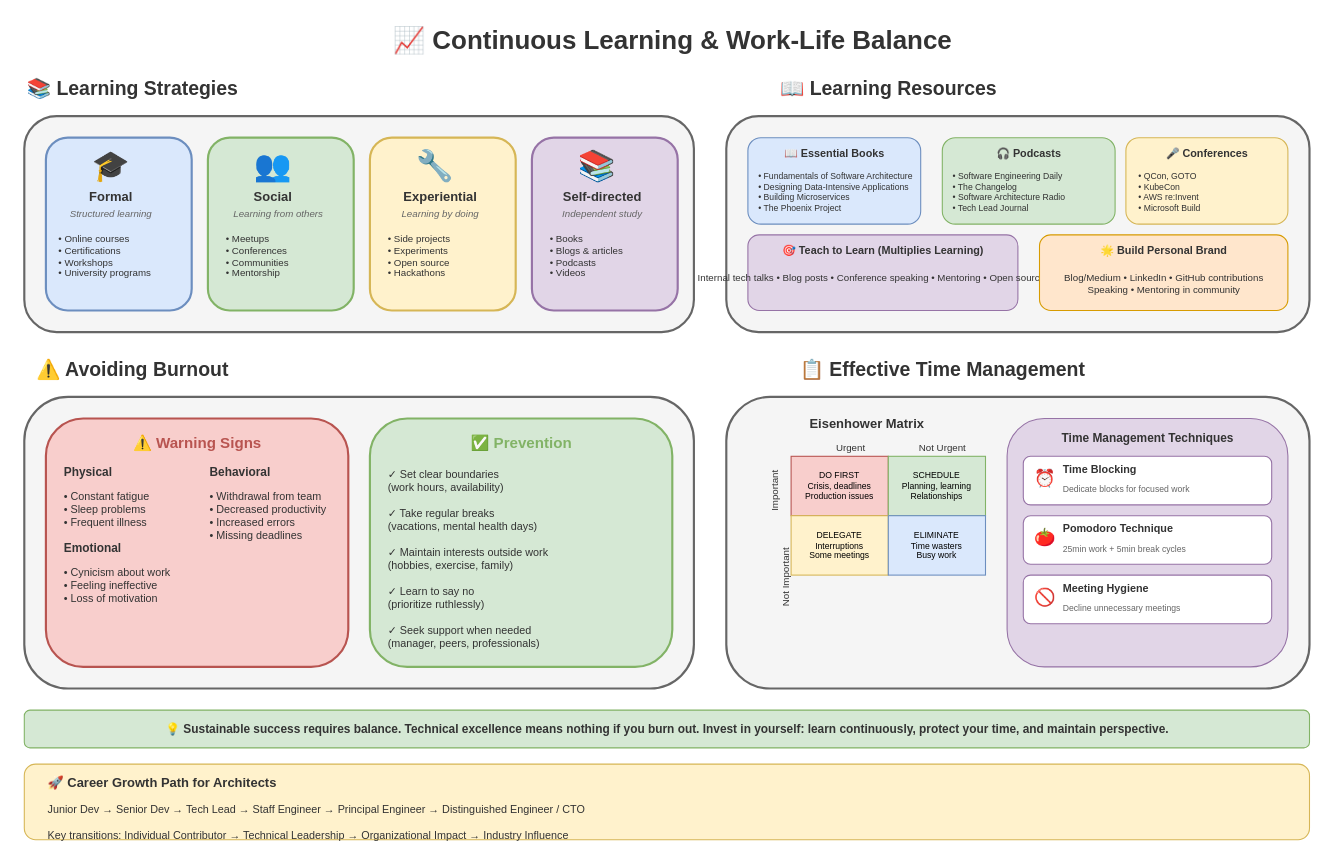
This is lesson-10-soft-skills/06-continuous-learning/6.1-career-growth.drawio from MrParkerZ7/document-lesson-software-architect-x-claude, a draw.io file, before an edit. Source tidied: cells renumbered, new cells numbered last; positions are measured from the earlier drawing's top-left corner, leaving out a move shared by most shapes. Both pictures are drawn from the tidied source at 108%, with x=0, y=0 at pixel (24, 18).
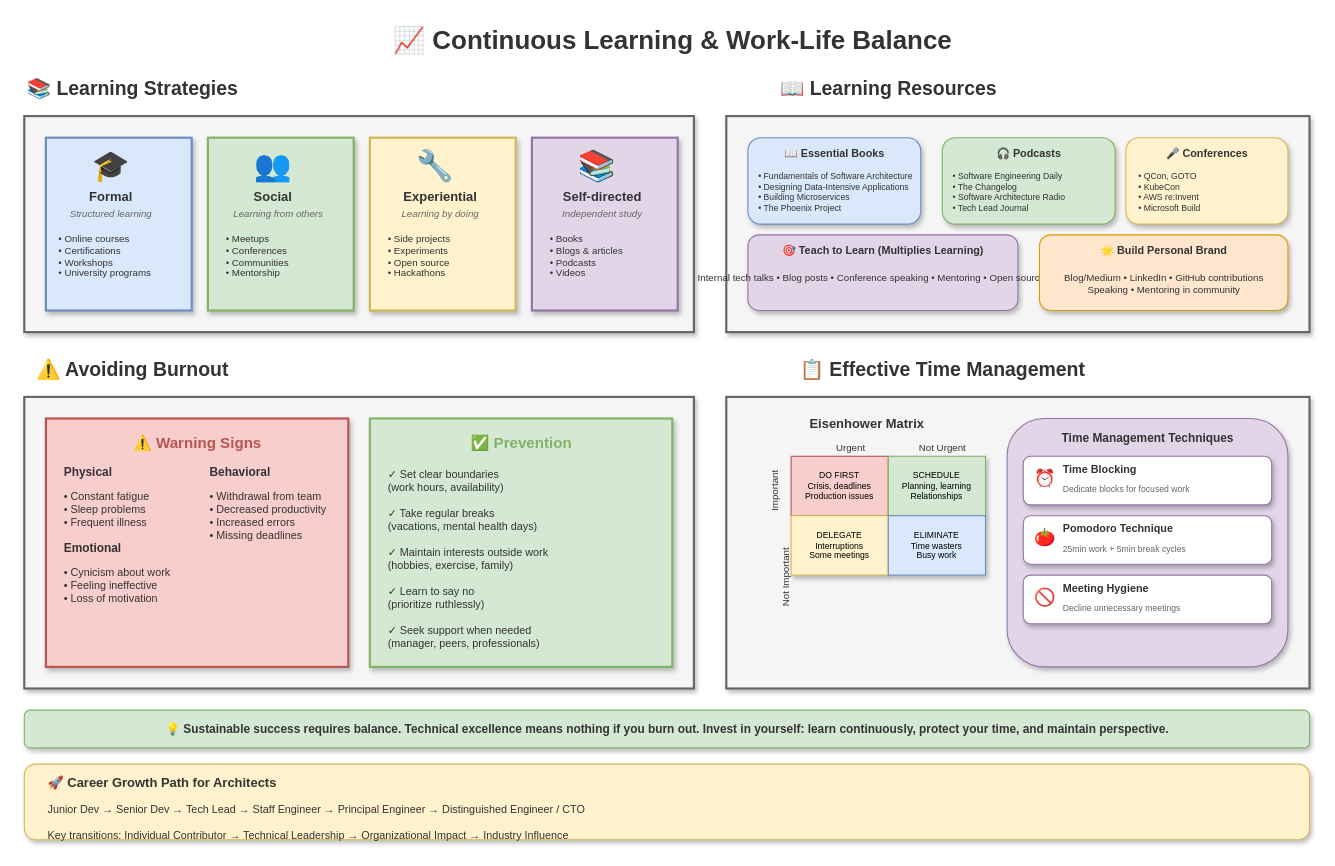
The same page after the edit.

Change to the diagram source:
```diff
@@
-    <mxCell id="4" style="rounded=1;whiteSpace=wrap;html=1;fillColor=#f5f5f5;strokeColor=#666666;strokeWidth=2;" parent="1" vertex="1">
+    <mxCell id="4" style="rounded=0;whiteSpace=wrap;html=1;fillColor=#f5f5f5;strokeColor=#666666;strokeWidth=2;shadow=1;" parent="1" vertex="1">
       <mxGeometry y="90" width="620" height="200" as="geometry" />
     </mxCell>
-    <mxCell id="5" style="rounded=1;whiteSpace=wrap;html=1;fillColor=#dae8fc;strokeColor=#6c8ebf;strokeWidth=2;" parent="1" vertex="1">
+    <mxCell id="5" style="rounded=0;whiteSpace=wrap;html=1;fillColor=#dae8fc;strokeColor=#6c8ebf;strokeWidth=2;shadow=1;" parent="1" vertex="1">
       <mxGeometry x="20" y="110" width="135" height="160" as="geometry" />
     </mxCell>
@@
-    <mxCell id="10" style="rounded=1;whiteSpace=wrap;html=1;fillColor=#d5e8d4;strokeColor=#82b366;strokeWidth=2;" parent="1" vertex="1">
+    <mxCell id="10" style="rounded=0;whiteSpace=wrap;html=1;fillColor=#d5e8d4;strokeColor=#82b366;strokeWidth=2;shadow=1;" parent="1" vertex="1">
       <mxGeometry x="170" y="110" width="135" height="160" as="geometry" />
     </mxCell>
@@
-    <mxCell id="15" style="rounded=1;whiteSpace=wrap;html=1;fillColor=#fff2cc;strokeColor=#d6b656;strokeWidth=2;" parent="1" vertex="1">
+    <mxCell id="15" style="rounded=0;whiteSpace=wrap;html=1;fillColor=#fff2cc;strokeColor=#d6b656;strokeWidth=2;shadow=1;" parent="1" vertex="1">
       <mxGeometry x="320" y="110" width="135" height="160" as="geometry" />
     </mxCell>
@@
-    <mxCell id="20" style="rounded=1;whiteSpace=wrap;html=1;fillColor=#e1d5e7;strokeColor=#9673a6;strokeWidth=2;" parent="1" vertex="1">
+    <mxCell id="20" style="rounded=0;whiteSpace=wrap;html=1;fillColor=#e1d5e7;strokeColor=#9673a6;strokeWidth=2;shadow=1;" parent="1" vertex="1">
       <mxGeometry x="470" y="110" width="135" height="160" as="geometry" />
     </mxCell>
@@
-    <mxCell id="26" style="rounded=1;whiteSpace=wrap;html=1;fillColor=#f5f5f5;strokeColor=#666666;strokeWidth=2;" parent="1" vertex="1">
+    <mxCell id="26" style="rounded=0;whiteSpace=wrap;html=1;fillColor=#f5f5f5;strokeColor=#666666;strokeWidth=2;shadow=1;" parent="1" vertex="1">
       <mxGeometry x="650" y="90" width="540" height="200" as="geometry" />
     </mxCell>
-    <mxCell id="27" style="rounded=1;whiteSpace=wrap;html=1;fillColor=#dae8fc;strokeColor=#6c8ebf;strokeWidth=1;" parent="1" vertex="1">
+    <mxCell id="27" style="rounded=1;whiteSpace=wrap;html=1;fillColor=#dae8fc;strokeColor=#6c8ebf;strokeWidth=1;shadow=1;" parent="1" vertex="1">
       <mxGeometry x="670" y="110" width="160" height="80" as="geometry" />
     </mxCell>
@@
-    <mxCell id="30" style="rounded=1;whiteSpace=wrap;html=1;fillColor=#d5e8d4;strokeColor=#82b366;strokeWidth=1;" parent="1" vertex="1">
+    <mxCell id="30" style="rounded=1;whiteSpace=wrap;html=1;fillColor=#d5e8d4;strokeColor=#82b366;strokeWidth=1;shadow=1;" parent="1" vertex="1">
       <mxGeometry x="850" y="110" width="160" height="80" as="geometry" />
     </mxCell>
@@
-    <mxCell id="33" style="rounded=1;whiteSpace=wrap;html=1;fillColor=#fff2cc;strokeColor=#d6b656;strokeWidth=1;" parent="1" vertex="1">
+    <mxCell id="33" style="rounded=1;whiteSpace=wrap;html=1;fillColor=#fff2cc;strokeColor=#d6b656;strokeWidth=1;shadow=1;" parent="1" vertex="1">
       <mxGeometry x="1020" y="110" width="150" height="80" as="geometry" />
     </mxCell>
@@
-    <mxCell id="36" style="rounded=1;whiteSpace=wrap;html=1;fillColor=#e1d5e7;strokeColor=#9673a6;strokeWidth=1;" parent="1" vertex="1">
+    <mxCell id="36" style="rounded=1;whiteSpace=wrap;html=1;fillColor=#e1d5e7;strokeColor=#9673a6;strokeWidth=1;shadow=1;" parent="1" vertex="1">
       <mxGeometry x="670" y="200" width="250" height="70" as="geometry" />
     </mxCell>
@@
-    <mxCell id="39" style="rounded=1;whiteSpace=wrap;html=1;fillColor=#ffe6cc;strokeColor=#d79b00;strokeWidth=1;" parent="1" vertex="1">
+    <mxCell id="39" style="rounded=1;whiteSpace=wrap;html=1;fillColor=#ffe6cc;strokeColor=#d79b00;strokeWidth=1;shadow=1;" parent="1" vertex="1">
       <mxGeometry x="940" y="200" width="230" height="70" as="geometry" />
     </mxCell>
@@
-    <mxCell id="43" style="rounded=1;whiteSpace=wrap;html=1;fillColor=#f5f5f5;strokeColor=#666666;strokeWidth=2;" parent="1" vertex="1">
+    <mxCell id="43" style="rounded=0;whiteSpace=wrap;html=1;fillColor=#f5f5f5;strokeColor=#666666;strokeWidth=2;shadow=1;" parent="1" vertex="1">
       <mxGeometry y="350" width="620" height="270" as="geometry" />
     </mxCell>
-    <mxCell id="44" style="rounded=1;whiteSpace=wrap;html=1;fillColor=#f8cecc;strokeColor=#b85450;strokeWidth=2;" parent="1" vertex="1">
+    <mxCell id="44" style="rounded=0;whiteSpace=wrap;html=1;fillColor=#f8cecc;strokeColor=#b85450;strokeWidth=2;shadow=1;" parent="1" vertex="1">
       <mxGeometry x="20" y="370" width="280" height="230" as="geometry" />
     </mxCell>
@@
-    <mxCell id="52" style="rounded=1;whiteSpace=wrap;html=1;fillColor=#d5e8d4;strokeColor=#82b366;strokeWidth=2;" parent="1" vertex="1">
+    <mxCell id="52" style="rounded=0;whiteSpace=wrap;html=1;fillColor=#d5e8d4;strokeColor=#82b366;strokeWidth=2;shadow=1;" parent="1" vertex="1">
       <mxGeometry x="320" y="370" width="280" height="230" as="geometry" />
     </mxCell>
@@
-    <mxCell id="56" style="rounded=1;whiteSpace=wrap;html=1;fillColor=#f5f5f5;strokeColor=#666666;strokeWidth=2;" parent="1" vertex="1">
+    <mxCell id="56" style="rounded=0;whiteSpace=wrap;html=1;fillColor=#f5f5f5;strokeColor=#666666;strokeWidth=2;shadow=1;" parent="1" vertex="1">
       <mxGeometry x="650" y="350" width="540" height="270" as="geometry" />
     </mxCell>
@@
-    <mxCell id="62" value="DO FIRST&#10;Crisis, deadlines&#10;Production issues" style="rounded=0;whiteSpace=wrap;html=1;fillColor=#f8cecc;strokeColor=#b85450;fontSize=8;align=center;" parent="1" vertex="1">
+    <mxCell id="62" value="DO FIRST&#10;Crisis, deadlines&#10;Production issues" style="rounded=0;whiteSpace=wrap;html=1;fillColor=#f8cecc;strokeColor=#b85450;fontSize=8;align=center;shadow=1;" parent="1" vertex="1">
       <mxGeometry x="710" y="405" width="90" height="55" as="geometry" />
     </mxCell>
-    <mxCell id="63" value="SCHEDULE&#10;Planning, learning&#10;Relationships" style="rounded=0;whiteSpace=wrap;html=1;fillColor=#d5e8d4;strokeColor=#82b366;fontSize=8;align=center;" parent="1" vertex="1">
+    <mxCell id="63" value="SCHEDULE&#10;Planning, learning&#10;Relationships" style="rounded=0;whiteSpace=wrap;html=1;fillColor=#d5e8d4;strokeColor=#82b366;fontSize=8;align=center;shadow=1;" parent="1" vertex="1">
       <mxGeometry x="800" y="405" width="90" height="55" as="geometry" />
     </mxCell>
-    <mxCell id="64" value="DELEGATE&#10;Interruptions&#10;Some meetings" style="rounded=0;whiteSpace=wrap;html=1;fillColor=#fff2cc;strokeColor=#d6b656;fontSize=8;align=center;" parent="1" vertex="1">
+    <mxCell id="64" value="DELEGATE&#10;Interruptions&#10;Some meetings" style="rounded=0;whiteSpace=wrap;html=1;fillColor=#fff2cc;strokeColor=#d6b656;fontSize=8;align=center;shadow=1;" parent="1" vertex="1">
       <mxGeometry x="710" y="460" width="90" height="55" as="geometry" />
     </mxCell>
-    <mxCell id="65" value="ELIMINATE&#10;Time wasters&#10;Busy work" style="rounded=0;whiteSpace=wrap;html=1;fillColor=#dae8fc;strokeColor=#6c8ebf;fontSize=8;align=center;" parent="1" vertex="1">
+    <mxCell id="65" value="ELIMINATE&#10;Time wasters&#10;Busy work" style="rounded=0;whiteSpace=wrap;html=1;fillColor=#dae8fc;strokeColor=#6c8ebf;fontSize=8;align=center;shadow=1;" parent="1" vertex="1">
       <mxGeometry x="800" y="460" width="90" height="55" as="geometry" />
     </mxCell>
-    <mxCell id="66" style="rounded=1;whiteSpace=wrap;html=1;fillColor=#e1d5e7;strokeColor=#9673a6;strokeWidth=1;" parent="1" vertex="1">
+    <mxCell id="66" style="rounded=1;whiteSpace=wrap;html=1;fillColor=#e1d5e7;strokeColor=#9673a6;strokeWidth=1;shadow=1;" parent="1" vertex="1">
       <mxGeometry x="910" y="370" width="260" height="230" as="geometry" />
     </mxCell>
@@
-    <mxCell id="68" style="rounded=1;whiteSpace=wrap;html=1;fillColor=#ffffff;strokeColor=#9673a6;strokeWidth=1;" parent="1" vertex="1">
+    <mxCell id="68" style="rounded=1;whiteSpace=wrap;html=1;fillColor=#ffffff;strokeColor=#9673a6;strokeWidth=1;shadow=1;" parent="1" vertex="1">
       <mxGeometry x="925" y="405" width="230" height="45" as="geometry" />
     </mxCell>
@@
-    <mxCell id="72" style="rounded=1;whiteSpace=wrap;html=1;fillColor=#ffffff;strokeColor=#9673a6;strokeWidth=1;" parent="1" vertex="1">
+    <mxCell id="72" style="rounded=1;whiteSpace=wrap;html=1;fillColor=#ffffff;strokeColor=#9673a6;strokeWidth=1;shadow=1;" parent="1" vertex="1">
       <mxGeometry x="925" y="460" width="230" height="45" as="geometry" />
     </mxCell>
@@
-    <mxCell id="76" style="rounded=1;whiteSpace=wrap;html=1;fillColor=#ffffff;strokeColor=#9673a6;strokeWidth=1;" parent="1" vertex="1">
+    <mxCell id="76" style="rounded=1;whiteSpace=wrap;html=1;fillColor=#ffffff;strokeColor=#9673a6;strokeWidth=1;shadow=1;" parent="1" vertex="1">
       <mxGeometry x="925" y="515" width="230" height="45" as="geometry" />
     </mxCell>
@@
-    <mxCell id="80" value="💡 Sustainable success requires balance. Technical excellence means nothing if you burn out. Invest in yourself: learn continuously, protect your time, and maintain perspective." style="text;html=1;strokeColor=#82b366;fillColor=#d5e8d4;align=center;verticalAlign=middle;fontSize=11;fontColor=#333333;rounded=1;fontStyle=1;" parent="1" vertex="1">
+    <mxCell id="80" value="💡 Sustainable success requires balance. Technical excellence means nothing if you burn out. Invest in yourself: learn continuously, protect your time, and maintain perspective." style="text;html=1;strokeColor=#82b366;fillColor=#d5e8d4;align=center;verticalAlign=middle;fontSize=11;fontColor=#333333;rounded=1;fontStyle=1;shadow=1;" parent="1" vertex="1">
       <mxGeometry y="640" width="1190" height="35" as="geometry" />
     </mxCell>
-    <mxCell id="81" style="rounded=1;whiteSpace=wrap;html=1;fillColor=#fff2cc;strokeColor=#d6b656;strokeWidth=1;" parent="1" vertex="1">
+    <mxCell id="81" style="rounded=1;whiteSpace=wrap;html=1;fillColor=#fff2cc;strokeColor=#d6b656;strokeWidth=1;shadow=1;" parent="1" vertex="1">
       <mxGeometry y="690" width="1190" height="70" as="geometry" />
     </mxCell>
```
